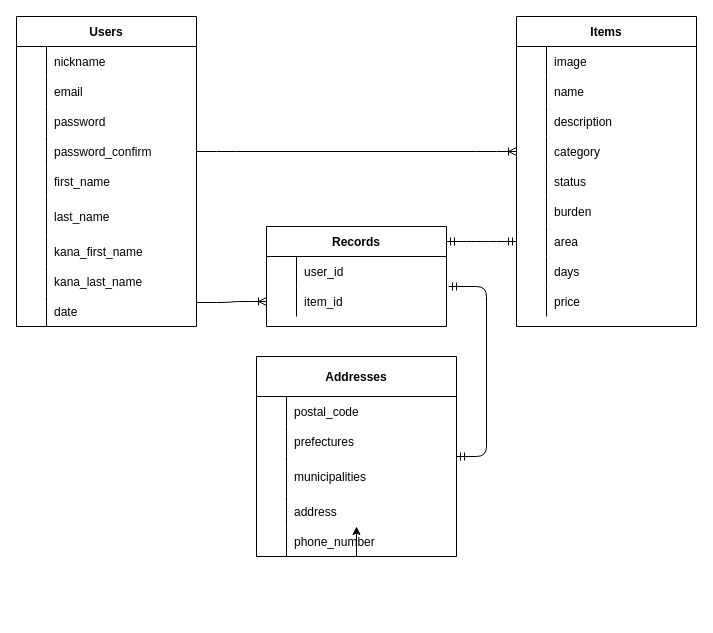
The draw.io diagram furima-35707.dio in fujiwarayuuki0211/furima-35707, before the edit. Source tidied: cells renumbered, new cells numbered last; positions are measured from the earlier drawing's top-left corner, leaving out a move shared by most shapes. Both pictures are drawn from the tidied source at 100%, with x=0, y=0 at pixel (16, 16).
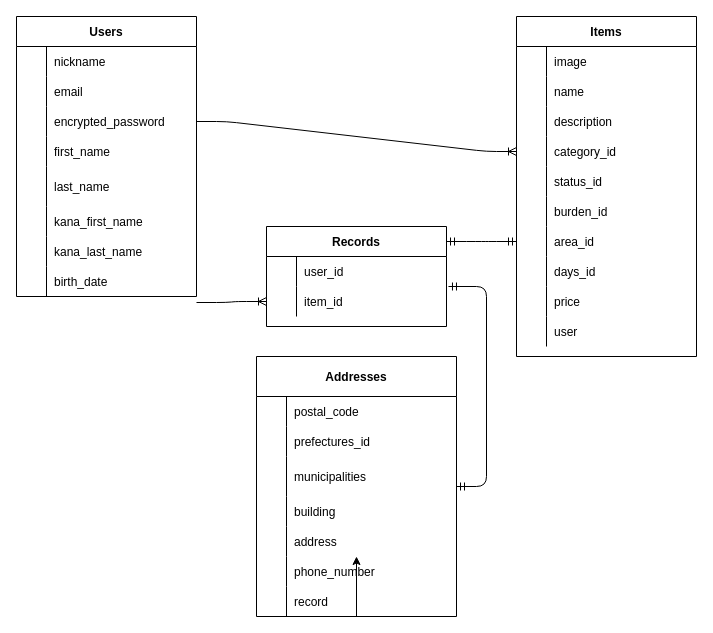
The same page after the edit.

Commit message (it also covers changes not shown here):
テーブル設計の修正

The change refers to these unchanged cells:
```xml
<mxCell id="40" style="shape=partialRectangle;fillColor=none;top=0;left=0;bottom=0;right=0;points=[[0,0.5],[1,0.5]];portConstraint=eastwest;" parent="30" vertex="1">
  <mxGeometry y="120" width="180" height="30" as="geometry" />
</mxCell>
<mxCell id="43" style="shape=partialRectangle;fillColor=none;top=0;left=0;bottom=0;right=0;" parent="30" vertex="1">
  <mxGeometry y="150" width="180" height="30" as="geometry" />
</mxCell>
<mxCell id="46" style="shape=partialRectangle;fillColor=none;top=0;left=0;bottom=0;right=0;" parent="30" vertex="1">
  <mxGeometry y="180" width="180" height="30" as="geometry" />
</mxCell>
<mxCell id="49" style="shape=partialRectangle;fillColor=none;top=0;left=0;bottom=0;right=0;points=[[0,0.5],[1,0.5]];portConstraint=eastwest;" parent="30" vertex="1">
  <mxGeometry y="210" width="180" height="30" as="geometry" />
</mxCell>
<mxCell id="52" style="shape=partialRectangle;fillColor=none;top=0;left=0;bottom=0;right=0;" parent="30" vertex="1">
  <mxGeometry y="240" width="180" height="30" as="geometry" />
</mxCell>
<mxCell id="69" style="shape=partialRectangle;fillColor=none;top=0;left=0;bottom=0;right=0;" parent="65" vertex="1">
  <mxGeometry y="70" width="200" height="30" as="geometry" />
</mxCell>
```

Diff of the diagram source:
```diff
@@
     <mxCell id="2" value="Users" style="shape=table;startSize=30;childLayout=tableLayout;rowLines=0;fontStyle=1;align=center;" parent="1" vertex="1">
-      <mxGeometry width="180" height="310" as="geometry" />
+      <mxGeometry width="180" height="280" as="geometry" />
     </mxCell>
@@
-    <mxCell id="9" style="shape=partialRectangle;fillColor=none;top=0;left=0;bottom=0;right=0;" parent="2" vertex="1">
-      <mxGeometry y="90" width="180" height="30" as="geometry" />
-    </mxCell>
-    <mxCell id="10" style="shape=partialRectangle;fillColor=none;top=0;left=0;bottom=0;right=0;overflow=hidden;" parent="9" vertex="1">
-      <mxGeometry width="30" height="30" as="geometry" />
-    </mxCell>
-    <mxCell id="11" value="password" style="shape=partialRectangle;fillColor=none;top=0;left=0;bottom=0;right=0;align=left;spacingLeft=6;overflow=hidden;" parent="9" vertex="1">
-      <mxGeometry x="30" width="150" height="30" as="geometry" />
-    </mxCell>
     <mxCell id="12" style="shape=partialRectangle;fillColor=none;top=0;left=0;bottom=0;right=0;points=[[0,0.5],[1,0.5]];portConstraint=eastwest;" parent="2" vertex="1">
-      <mxGeometry y="120" width="180" height="30" as="geometry" />
+      <mxGeometry y="90" width="180" height="30" as="geometry" />
     </mxCell>
@@
-    <mxCell id="14" value="password_confirm" style="shape=partialRectangle;fillColor=none;top=0;left=0;bottom=0;right=0;align=left;spacingLeft=6;overflow=hidden;" parent="12" vertex="1">
+    <mxCell id="14" value="encrypted_password" style="shape=partialRectangle;fillColor=none;top=0;left=0;bottom=0;right=0;align=left;spacingLeft=6;overflow=hidden;" parent="12" vertex="1">
       <mxGeometry x="30" width="150" height="30" as="geometry" />
     </mxCell>
     <mxCell id="15" style="shape=partialRectangle;fillColor=none;top=0;left=0;bottom=0;right=0;" parent="2" vertex="1">
-      <mxGeometry y="150" width="180" height="30" as="geometry" />
+      <mxGeometry y="120" width="180" height="30" as="geometry" />
     </mxCell>
@@
     <mxCell id="18" style="shape=partialRectangle;fillColor=none;top=0;left=0;bottom=0;right=0;" parent="2" vertex="1">
-      <mxGeometry y="180" width="180" height="40" as="geometry" />
+      <mxGeometry y="150" width="180" height="40" as="geometry" />
     </mxCell>
@@
     <mxCell id="21" style="shape=partialRectangle;fillColor=none;top=0;left=0;bottom=0;right=0;" parent="2" vertex="1">
-      <mxGeometry y="220" width="180" height="30" as="geometry" />
+      <mxGeometry y="190" width="180" height="30" as="geometry" />
     </mxCell>
@@
     <mxCell id="24" style="shape=partialRectangle;fillColor=none;top=0;left=0;bottom=0;right=0;" parent="2" vertex="1">
-      <mxGeometry y="250" width="180" height="30" as="geometry" />
+      <mxGeometry y="220" width="180" height="30" as="geometry" />
     </mxCell>
@@
     <mxCell id="27" style="shape=partialRectangle;fillColor=none;top=0;left=0;bottom=0;right=0;" parent="2" vertex="1">
-      <mxGeometry y="280" width="180" height="30" as="geometry" />
+      <mxGeometry y="250" width="180" height="30" as="geometry" />
     </mxCell>
@@
-    <mxCell id="29" value="date" style="shape=partialRectangle;fillColor=none;top=0;left=0;bottom=0;right=0;align=left;spacingLeft=6;overflow=hidden;" parent="27" vertex="1">
+    <mxCell id="29" value="birth_date" style="shape=partialRectangle;fillColor=none;top=0;left=0;bottom=0;right=0;align=left;spacingLeft=6;overflow=hidden;" parent="27" vertex="1">
       <mxGeometry x="30" width="150" height="30" as="geometry" />
     </mxCell>
     <mxCell id="30" value="Items" style="shape=table;startSize=30;childLayout=tableLayout;rowLines=0;fontStyle=1;align=center;" parent="1" vertex="1">
-      <mxGeometry x="500" width="180" height="310" as="geometry" />
+      <mxGeometry x="500" width="180" height="340" as="geometry" />
     </mxCell>
@@
-    <mxCell id="42" value="category" style="shape=partialRectangle;fillColor=none;top=0;left=0;bottom=0;right=0;align=left;spacingLeft=6;overflow=hidden;" parent="40" vertex="1">
+    <mxCell id="42" value="category_id" style="shape=partialRectangle;fillColor=none;top=0;left=0;bottom=0;right=0;align=left;spacingLeft=6;overflow=hidden;" parent="40" vertex="1">
       <mxGeometry x="30" width="150" height="30" as="geometry" />
     </mxCell>
@@
-    <mxCell id="45" value="status" style="shape=partialRectangle;fillColor=none;top=0;left=0;bottom=0;right=0;align=left;spacingLeft=6;overflow=hidden;" parent="43" vertex="1">
+    <mxCell id="45" value="status_id" style="shape=partialRectangle;fillColor=none;top=0;left=0;bottom=0;right=0;align=left;spacingLeft=6;overflow=hidden;" parent="43" vertex="1">
       <mxGeometry x="30" width="150" height="30" as="geometry" />
     </mxCell>
@@
-    <mxCell id="48" value="burden" style="shape=partialRectangle;fillColor=none;top=0;left=0;bottom=0;right=0;align=left;spacingLeft=6;overflow=hidden;" parent="46" vertex="1">
+    <mxCell id="48" value="burden_id" style="shape=partialRectangle;fillColor=none;top=0;left=0;bottom=0;right=0;align=left;spacingLeft=6;overflow=hidden;" parent="46" vertex="1">
       <mxGeometry x="30" width="150" height="30" as="geometry" />
     </mxCell>
@@
-    <mxCell id="51" value="area" style="shape=partialRectangle;fillColor=none;top=0;left=0;bottom=0;right=0;align=left;spacingLeft=6;overflow=hidden;" parent="49" vertex="1">
+    <mxCell id="51" value="area_id" style="shape=partialRectangle;fillColor=none;top=0;left=0;bottom=0;right=0;align=left;spacingLeft=6;overflow=hidden;" parent="49" vertex="1">
       <mxGeometry x="30" width="150" height="30" as="geometry" />
     </mxCell>
@@
-    <mxCell id="54" value="days" style="shape=partialRectangle;fillColor=none;top=0;left=0;bottom=0;right=0;align=left;spacingLeft=6;overflow=hidden;" parent="52" vertex="1">
+    <mxCell id="54" value="days_id" style="shape=partialRectangle;fillColor=none;top=0;left=0;bottom=0;right=0;align=left;spacingLeft=6;overflow=hidden;" parent="52" vertex="1">
       <mxGeometry x="30" width="150" height="30" as="geometry" />
     </mxCell>
@@
+    <mxCell id="86" style="shape=partialRectangle;fillColor=none;top=0;left=0;bottom=0;right=0;" parent="30" vertex="1">
+      <mxGeometry y="300" width="180" height="30" as="geometry" />
+    </mxCell>
+    <mxCell id="87" style="shape=partialRectangle;fillColor=none;top=0;left=0;bottom=0;right=0;overflow=hidden;" parent="86" vertex="1">
+      <mxGeometry width="30" height="30" as="geometry" />
+    </mxCell>
+    <mxCell id="88" value="user" style="shape=partialRectangle;fillColor=none;top=0;left=0;bottom=0;right=0;align=left;spacingLeft=6;overflow=hidden;" parent="86" vertex="1">
+      <mxGeometry x="30" width="150" height="30" as="geometry" />
+    </mxCell>
@@
     <mxCell id="65" value="Addresses" style="shape=table;startSize=40;childLayout=tableLayout;rowLines=0;fontStyle=1;align=center;" parent="1" vertex="1">
-      <mxGeometry x="240" y="340" width="200" height="200" as="geometry" />
+      <mxGeometry x="240" y="340" width="200" height="260" as="geometry" />
     </mxCell>
@@
-    <mxCell id="71" value="prefectures" style="shape=partialRectangle;fillColor=none;top=0;left=0;bottom=0;right=0;align=left;spacingLeft=6;overflow=hidden;" parent="69" vertex="1">
+    <mxCell id="71" value="prefectures_id" style="shape=partialRectangle;fillColor=none;top=0;left=0;bottom=0;right=0;align=left;spacingLeft=6;overflow=hidden;" parent="69" vertex="1">
       <mxGeometry x="30" width="170" height="30" as="geometry" />
     </mxCell>
@@
+    <mxCell id="89" style="shape=partialRectangle;fillColor=none;top=0;left=0;bottom=0;right=0;" parent="65" vertex="1">
+      <mxGeometry y="140" width="200" height="30" as="geometry" />
+    </mxCell>
+    <mxCell id="90" style="shape=partialRectangle;fillColor=none;top=0;left=0;bottom=0;right=0;overflow=hidden;" parent="89" vertex="1">
+      <mxGeometry width="30" height="30" as="geometry" />
+    </mxCell>
+    <mxCell id="91" value="building" style="shape=partialRectangle;fillColor=none;top=0;left=0;bottom=0;right=0;align=left;spacingLeft=6;overflow=hidden;" parent="89" vertex="1">
+      <mxGeometry x="30" width="170" height="30" as="geometry" />
+    </mxCell>
     <mxCell id="75" style="shape=partialRectangle;fillColor=none;top=0;left=0;bottom=0;right=0;" parent="65" vertex="1">
-      <mxGeometry y="140" width="200" height="30" as="geometry" />
+      <mxGeometry y="170" width="200" height="30" as="geometry" />
     </mxCell>
@@
     <mxCell id="78" style="shape=partialRectangle;fillColor=none;top=0;left=0;bottom=0;right=0;points=[[0,0.5],[1,0.5]];portConstraint=eastwest;" parent="65" vertex="1">
-      <mxGeometry y="170" width="200" height="30" as="geometry" />
+      <mxGeometry y="200" width="200" height="30" as="geometry" />
     </mxCell>
@@
+    <mxCell id="92" style="shape=partialRectangle;fillColor=none;top=0;left=0;bottom=0;right=0;" parent="65" vertex="1">
+      <mxGeometry y="230" width="200" height="30" as="geometry" />
+    </mxCell>
+    <mxCell id="93" style="shape=partialRectangle;fillColor=none;top=0;left=0;bottom=0;right=0;overflow=hidden;" parent="92" vertex="1">
+      <mxGeometry width="30" height="30" as="geometry" />
+    </mxCell>
+    <mxCell id="94" value="record" style="shape=partialRectangle;fillColor=none;top=0;left=0;bottom=0;right=0;align=left;spacingLeft=6;overflow=hidden;" parent="92" vertex="1">
+      <mxGeometry x="30" width="170" height="30" as="geometry" />
+    </mxCell>
```
